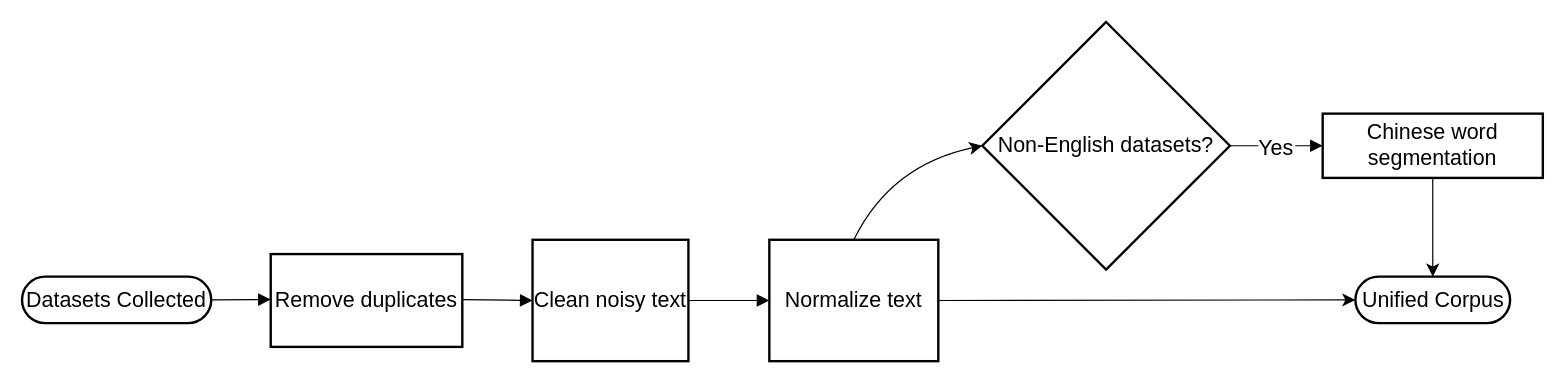
The draw.io diagram page "3.4" (1 of 3) of chart/chapter 3/chapter 3.drawio in ppipppiu/thesis, before the edit. Source tidied: cells renumbered, new cells numbered last; positions are measured from the earlier drawing's top-left corner, leaving out a move shared by most shapes. Both pictures are drawn from the tidied source at 119%, with x=0, y=0 at pixel (21, 21).
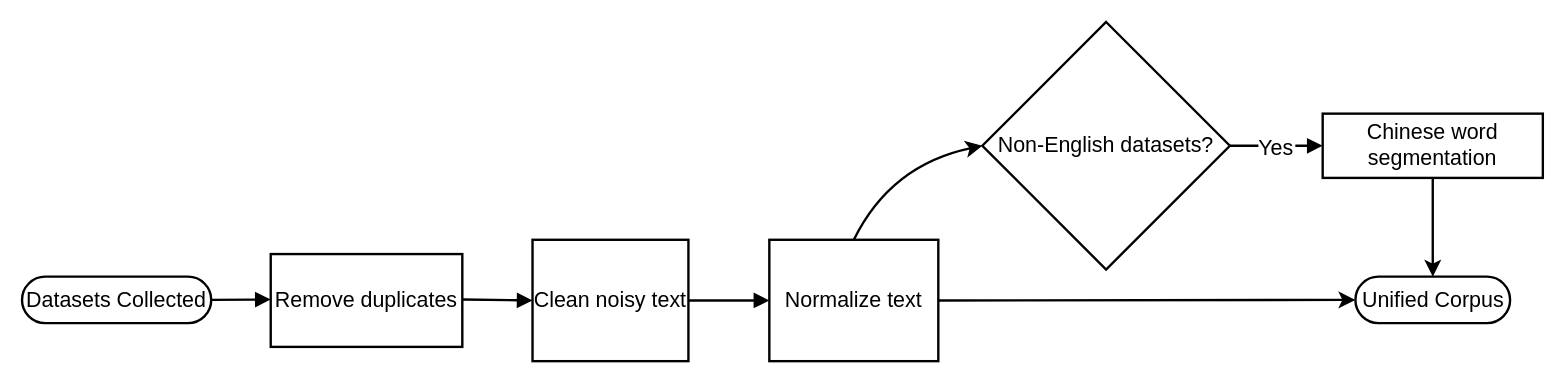
The same page after the edit.

The edit, as a diff of the source:
```diff
@@
 <mxGraphModel>
   <root>
     <mxCell id="0" />
     <mxCell id="1" parent="0" />
     <mxCell id="2" value="Datasets Collected" style="rounded=1;whiteSpace=wrap;arcSize=50;strokeWidth=2;fontSize=18;" parent="1" vertex="1">
       <mxGeometry y="214" width="159" height="39" as="geometry" />
     </mxCell>
     <mxCell id="3" value="Remove duplicates" style="whiteSpace=wrap;strokeWidth=2;fontSize=18;" parent="1" vertex="1">
       <mxGeometry x="209" y="195" width="161" height="78" as="geometry" />
     </mxCell>
     <mxCell id="4" value="Clean noisy text" style="whiteSpace=wrap;strokeWidth=2;fontSize=18;" parent="1" vertex="1">
       <mxGeometry x="429" y="183" width="131" height="102" as="geometry" />
     </mxCell>
-    <mxCell id="5" style="edgeStyle=none;curved=1;rounded=0;jettySize=auto;html=1;exitX=0.5;exitY=0;exitDx=0;exitDy=0;entryX=0;entryY=0.5;entryDx=0;entryDy=0;fontSize=18;startSize=8;endSize=8;" parent="1" edge="1" source="7" target="8">
+    <mxCell id="5" style="edgeStyle=none;curved=1;rounded=0;jettySize=auto;html=1;exitX=0.5;exitY=0;exitDx=0;exitDy=0;entryX=0;entryY=0.5;entryDx=0;entryDy=0;fontSize=18;startSize=8;endSize=8;strokeWidth=2;" parent="1" edge="1" source="7" target="8">
       <mxGeometry relative="1" as="geometry">
         <Array as="points">
           <mxPoint x="730" y="120" />
         </Array>
       </mxGeometry>
     </mxCell>
-    <mxCell id="6" style="edgeStyle=none;curved=1;rounded=0;jettySize=auto;html=1;exitX=1;exitY=0.5;exitDx=0;exitDy=0;entryX=0;entryY=0.5;entryDx=0;entryDy=0;fontSize=18;startSize=8;endSize=8;" parent="1" edge="1" source="7" target="11">
+    <mxCell id="6" style="edgeStyle=none;curved=1;rounded=0;jettySize=auto;html=1;exitX=1;exitY=0.5;exitDx=0;exitDy=0;entryX=0;entryY=0.5;entryDx=0;entryDy=0;fontSize=18;startSize=8;endSize=8;strokeWidth=2;" parent="1" edge="1" source="7" target="11">
       <mxGeometry relative="1" as="geometry" />
     </mxCell>
     <mxCell id="7" value="Normalize text" style="whiteSpace=wrap;strokeWidth=2;fontSize=18;" parent="1" vertex="1">
       <mxGeometry x="628" y="183" width="142" height="102" as="geometry" />
     </mxCell>
     <mxCell id="8" value="Non-English datasets?" style="rhombus;strokeWidth=2;whiteSpace=wrap;fontSize=18;" parent="1" vertex="1">
       <mxGeometry x="807" width="208" height="208" as="geometry" />
     </mxCell>
-    <mxCell id="9" style="edgeStyle=none;curved=1;rounded=0;jettySize=auto;html=1;exitX=0.5;exitY=1;exitDx=0;exitDy=0;fontSize=18;startSize=8;endSize=8;entryX=0.5;entryY=0;entryDx=0;entryDy=0;" parent="1" edge="1" source="10" target="11">
+    <mxCell id="9" style="edgeStyle=none;curved=1;rounded=0;jettySize=auto;html=1;exitX=0.5;exitY=1;exitDx=0;exitDy=0;fontSize=18;startSize=8;endSize=8;entryX=0.5;entryY=0;entryDx=0;entryDy=0;strokeWidth=2;" parent="1" edge="1" source="10" target="11">
       <mxGeometry relative="1" as="geometry" />
     </mxCell>
     <mxCell id="10" value="Chinese word segmentation" style="whiteSpace=wrap;strokeWidth=2;fontSize=18;" parent="1" vertex="1">
       <mxGeometry x="1093" y="77" width="185" height="54" as="geometry" />
     </mxCell>
     <mxCell id="11" value="Unified Corpus" style="rounded=1;whiteSpace=wrap;arcSize=50;strokeWidth=2;fontSize=18;" parent="1" vertex="1">
       <mxGeometry x="1120.5" y="214" width="130" height="39" as="geometry" />
     </mxCell>
-    <mxCell id="12" style="curved=1;startArrow=none;endArrow=block;exitX=1;exitY=0.5;entryX=0;entryY=0.49;rounded=0;fontSize=18;startSize=8;endSize=8;" parent="1" edge="1" source="2" target="3">
+    <mxCell id="12" style="curved=1;startArrow=none;endArrow=block;exitX=1;exitY=0.5;entryX=0;entryY=0.49;rounded=0;fontSize=18;startSize=8;endSize=8;strokeWidth=2;" parent="1" edge="1" source="2" target="3">
       <mxGeometry relative="1" as="geometry" />
     </mxCell>
-    <mxCell id="13" style="curved=1;startArrow=none;endArrow=block;exitX=1;exitY=0.49;entryX=0;entryY=0.5;rounded=0;fontSize=18;startSize=8;endSize=8;" parent="1" edge="1" source="3" target="4">
+    <mxCell id="13" style="curved=1;startArrow=none;endArrow=block;exitX=1;exitY=0.49;entryX=0;entryY=0.5;rounded=0;fontSize=18;startSize=8;endSize=8;strokeWidth=2;" parent="1" edge="1" source="3" target="4">
       <mxGeometry relative="1" as="geometry" />
     </mxCell>
-    <mxCell id="14" style="curved=1;startArrow=none;endArrow=block;exitX=1;exitY=0.5;entryX=0;entryY=0.5;rounded=0;fontSize=18;startSize=8;endSize=8;" parent="1" edge="1" source="4" target="7">
+    <mxCell id="14" style="curved=1;startArrow=none;endArrow=block;exitX=1;exitY=0.5;entryX=0;entryY=0.5;rounded=0;fontSize=18;startSize=8;endSize=8;strokeWidth=2;" parent="1" edge="1" source="4" target="7">
       <mxGeometry relative="1" as="geometry" />
     </mxCell>
-    <mxCell id="15" value="Yes" style="curved=1;startArrow=none;endArrow=block;exitX=1;exitY=0.5;entryX=0;entryY=0.5;rounded=0;fontSize=18;startSize=8;endSize=8;" parent="1" edge="1" source="8" target="10">
+    <mxCell id="15" value="Yes" style="curved=1;startArrow=none;endArrow=block;exitX=1;exitY=0.5;entryX=0;entryY=0.5;rounded=0;fontSize=18;startSize=8;endSize=8;strokeWidth=2;" parent="1" edge="1" source="8" target="10">
       <mxGeometry relative="1" as="geometry" />
     </mxCell>
   </root>
 </mxGraphModel>
```
